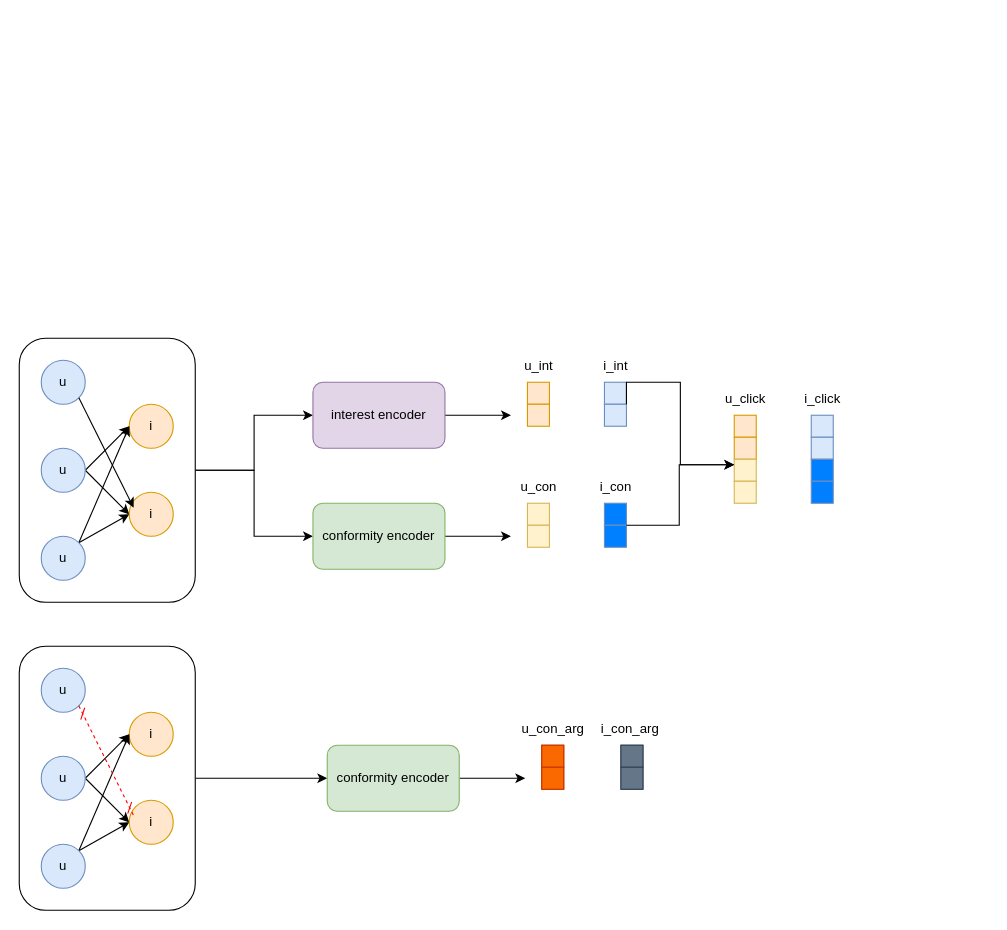
The draw.io diagram IOFiles/DICE/My_idea_1.drawio in ChenLilStarie/DrawIoFiles, before the edit. Source tidied: cells renumbered, new cells numbered last; positions are measured from the earlier drawing's top-left corner, leaving out a move shared by most shapes. Both pictures are drawn from the tidied source at 110%, with x=0, y=0 at pixel (19, 338).
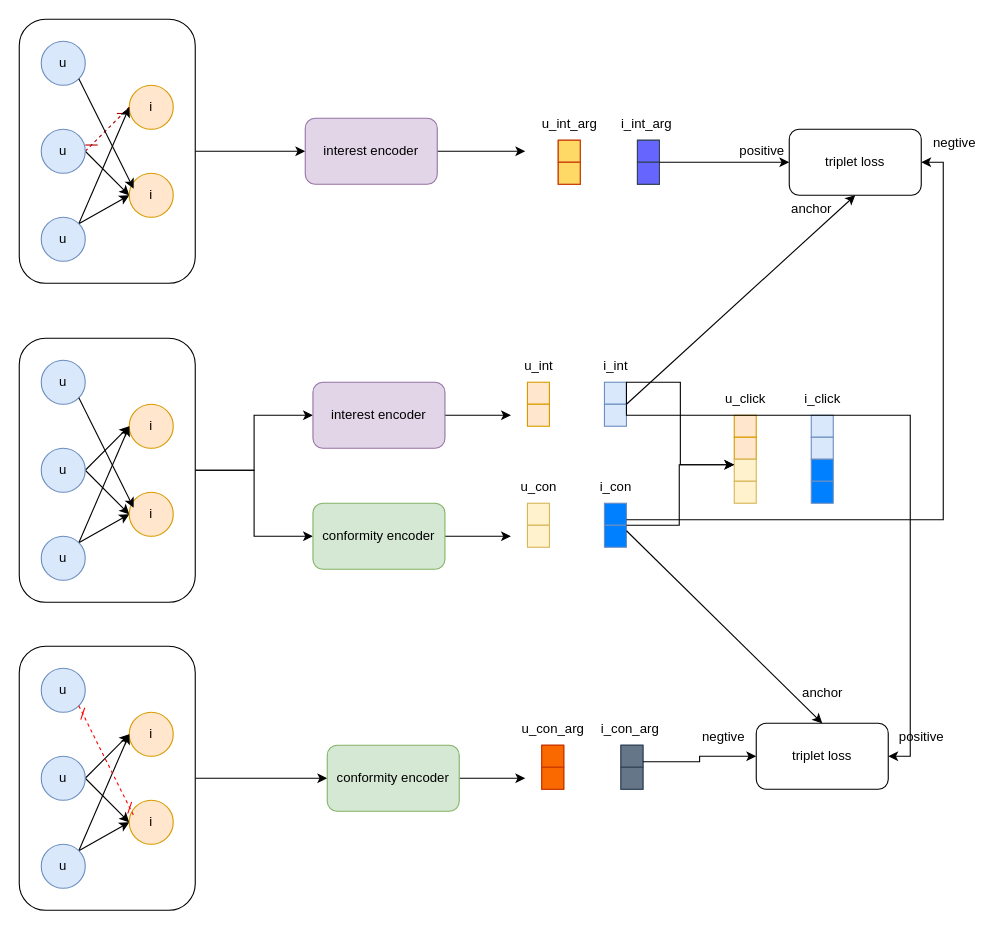
The same diagram, later.

Unchanged cells that the change refers to:
```xml
<mxCell id="46" style="whiteSpace=wrap;html=1;fillColor=#007FFF;strokeColor=#6c8ebf;" parent="45" vertex="1">
  <mxGeometry width="20" height="20" as="geometry" />
</mxCell>
<mxCell id="47" style="whiteSpace=wrap;html=1;fillColor=#007FFF;strokeColor=#6c8ebf;" parent="45" vertex="1">
  <mxGeometry y="20" width="20" height="20" as="geometry" />
</mxCell>
<mxCell id="50" style="whiteSpace=wrap;html=1;fillColor=#dae8fc;strokeColor=#6c8ebf;" parent="48" vertex="1">
  <mxGeometry y="20" width="20" height="20" as="geometry" />
</mxCell>
<mxCell id="55" style="whiteSpace=wrap;html=1;fillColor=#647687;strokeColor=#314354;fontColor=#ffffff;" parent="54" vertex="1">
  <mxGeometry width="20" height="20" as="geometry" />
</mxCell>
```

What changed in the source:
```diff
@@
+    <mxCell id="74" style="edgeStyle=orthogonalEdgeStyle;rounded=0;jettySize=auto;html=1;exitX=1;exitY=0.5;exitDx=0;exitDy=0;" parent="1" edge="1" source="75" target="87">
+      <mxGeometry relative="1" as="geometry" />
+    </mxCell>
+    <mxCell id="75" style="rounded=1;whiteSpace=wrap;html=1;" parent="1" vertex="1">
+      <mxGeometry y="-290" width="160" height="240" as="geometry" />
+    </mxCell>
+    <mxCell id="76" value="u" style="ellipse;whiteSpace=wrap;html=1;fillColor=#dae8fc;strokeColor=#6c8ebf;" parent="1" vertex="1">
+      <mxGeometry x="20" y="-270" width="40" height="40" as="geometry" />
+    </mxCell>
+    <mxCell id="77" value="i" style="ellipse;whiteSpace=wrap;html=1;fillColor=#ffe6cc;strokeColor=#d79b00;" parent="1" vertex="1">
+      <mxGeometry x="100" y="-230" width="40" height="40" as="geometry" />
+    </mxCell>
+    <mxCell id="78" style="rounded=0;jettySize=auto;html=1;exitX=1;exitY=0.5;exitDx=0;exitDy=0;entryX=0;entryY=0.5;entryDx=0;entryDy=0;fillColor=#e51400;strokeColor=#B20000;endArrow=dash;endFill=0;startArrow=dash;startFill=0;dashed=1;" parent="1" edge="1" source="80" target="77">
+      <mxGeometry relative="1" as="geometry" />
+    </mxCell>
+    <mxCell id="79" style="rounded=0;jettySize=auto;html=1;exitX=1;exitY=0.5;exitDx=0;exitDy=0;entryX=0;entryY=0.5;entryDx=0;entryDy=0;" parent="1" edge="1" source="80" target="81">
+      <mxGeometry relative="1" as="geometry" />
+    </mxCell>
+    <mxCell id="80" value="u" style="ellipse;whiteSpace=wrap;html=1;fillColor=#dae8fc;strokeColor=#6c8ebf;" parent="1" vertex="1">
+      <mxGeometry x="20" y="-190" width="40" height="40" as="geometry" />
+    </mxCell>
+    <mxCell id="81" value="i" style="ellipse;whiteSpace=wrap;html=1;fillColor=#ffe6cc;strokeColor=#d79b00;" parent="1" vertex="1">
+      <mxGeometry x="100" y="-150" width="40" height="40" as="geometry" />
+    </mxCell>
+    <mxCell id="82" style="rounded=0;jettySize=auto;html=1;exitX=1;exitY=0;exitDx=0;exitDy=0;" parent="1" edge="1" source="84">
+      <mxGeometry relative="1" as="geometry">
+        <mxPoint x="100" y="-210" as="targetPoint" />
+      </mxGeometry>
+    </mxCell>
+    <mxCell id="83" style="rounded=0;jettySize=auto;html=1;exitX=1;exitY=0;exitDx=0;exitDy=0;entryX=0;entryY=0.5;entryDx=0;entryDy=0;" parent="1" edge="1" source="84" target="81">
+      <mxGeometry relative="1" as="geometry" />
+    </mxCell>
+    <mxCell id="84" value="u" style="ellipse;whiteSpace=wrap;html=1;fillColor=#dae8fc;strokeColor=#6c8ebf;" parent="1" vertex="1">
+      <mxGeometry x="20" y="-110" width="40" height="40" as="geometry" />
+    </mxCell>
+    <mxCell id="85" style="rounded=0;jettySize=auto;html=1;exitX=1;exitY=1;exitDx=0;exitDy=0;entryX=0.1;entryY=0.35;entryDx=0;entryDy=0;entryPerimeter=0;" parent="1" edge="1" source="76" target="81">
+      <mxGeometry relative="1" as="geometry" />
+    </mxCell>
+    <mxCell id="86" style="edgeStyle=orthogonalEdgeStyle;rounded=0;jettySize=auto;html=1;exitX=1;exitY=0.5;exitDx=0;exitDy=0;" parent="1" edge="1" source="87">
+      <mxGeometry relative="1" as="geometry">
+        <mxPoint x="460" y="-170" as="targetPoint" />
+      </mxGeometry>
+    </mxCell>
+    <mxCell id="87" value="interest encoder" style="rounded=1;whiteSpace=wrap;html=1;fillColor=#e1d5e7;strokeColor=#9673a6;" parent="1" vertex="1">
+      <mxGeometry x="260" y="-200" width="120" height="60" as="geometry" />
+    </mxCell>
+    <mxCell id="88" value="u_int_arg" style="text;html=1;align=center;verticalAlign=middle;strokeColor=none;fillColor=none;" parent="1" vertex="1">
+      <mxGeometry x="465" y="-210" width="70" height="30" as="geometry" />
+    </mxCell>
+    <mxCell id="89" value="i_int_arg" style="text;html=1;align=center;verticalAlign=middle;strokeColor=none;fillColor=none;" parent="1" vertex="1">
+      <mxGeometry x="535" y="-210" width="70" height="30" as="geometry" />
+    </mxCell>
+    <mxCell id="90" style="group;fillColor=#FFD966;fontColor=#000000;strokeColor=#C73500;" parent="1" vertex="1">
+      <mxGeometry x="490" y="-180" width="20" height="40" as="geometry" />
+    </mxCell>
+    <mxCell id="91" style="whiteSpace=wrap;html=1;fillColor=#FFD966;strokeColor=#C73500;fontColor=#000000;" parent="90" vertex="1">
+      <mxGeometry width="20" height="20" as="geometry" />
+    </mxCell>
+    <mxCell id="92" style="whiteSpace=wrap;html=1;fillColor=#FFD966;strokeColor=#C73500;fontColor=#000000;" parent="90" vertex="1">
+      <mxGeometry y="20" width="20" height="20" as="geometry" />
+    </mxCell>
+    <mxCell id="93" style="group;fillColor=#6666FF;fontColor=#ffffff;strokeColor=#314354;" parent="1" vertex="1">
+      <mxGeometry x="562" y="-180" width="20" height="40" as="geometry" />
+    </mxCell>
+    <mxCell id="94" style="whiteSpace=wrap;html=1;fillColor=#6666FF;strokeColor=#314354;fontColor=#ffffff;" parent="93" vertex="1">
+      <mxGeometry width="20" height="20" as="geometry" />
+    </mxCell>
+    <mxCell id="95" style="whiteSpace=wrap;html=1;fillColor=#6666FF;strokeColor=#314354;fontColor=#ffffff;" parent="93" vertex="1">
+      <mxGeometry y="20" width="20" height="20" as="geometry" />
+    </mxCell>
+    <mxCell id="96" value="triplet loss" style="rounded=1;whiteSpace=wrap;html=1;" parent="1" vertex="1">
+      <mxGeometry x="700" y="-190" width="120" height="60" as="geometry" />
+    </mxCell>
+    <mxCell id="97" style="rounded=0;jettySize=auto;html=1;exitX=1;exitY=1;exitDx=0;exitDy=0;" parent="1" edge="1" source="94" target="96">
+      <mxGeometry relative="1" as="geometry" />
+    </mxCell>
+    <mxCell id="98" value="positive" style="text;html=1;align=center;verticalAlign=middle;strokeColor=none;fillColor=none;" parent="1" vertex="1">
+      <mxGeometry x="645" y="-185" width="60" height="30" as="geometry" />
+    </mxCell>
+    <mxCell id="99" style="rounded=0;jettySize=auto;html=1;exitX=1;exitY=0;exitDx=0;exitDy=0;entryX=0.5;entryY=1;entryDx=0;entryDy=0;" parent="1" edge="1" source="50" target="96">
+      <mxGeometry relative="1" as="geometry" />
+    </mxCell>
+    <mxCell id="100" value="anchor" style="text;html=1;align=center;verticalAlign=middle;strokeColor=none;fillColor=none;" parent="1" vertex="1">
+      <mxGeometry x="690" y="-132" width="60" height="30" as="geometry" />
+    </mxCell>
+    <mxCell id="101" style="edgeStyle=orthogonalEdgeStyle;rounded=0;jettySize=auto;html=1;exitX=1;exitY=0.75;exitDx=0;exitDy=0;entryX=1;entryY=0.5;entryDx=0;entryDy=0;" parent="1" edge="1" source="46" target="96">
+      <mxGeometry relative="1" as="geometry" />
+    </mxCell>
+    <mxCell id="102" value="negtive" style="text;html=1;align=center;verticalAlign=middle;strokeColor=none;fillColor=none;" parent="1" vertex="1">
+      <mxGeometry x="820" y="-192" width="60" height="30" as="geometry" />
+    </mxCell>
+    <mxCell id="103" value="triplet loss" style="rounded=1;whiteSpace=wrap;html=1;" parent="1" vertex="1">
+      <mxGeometry x="670" y="350" width="120" height="60" as="geometry" />
+    </mxCell>
+    <mxCell id="104" style="rounded=0;jettySize=auto;html=1;exitX=1;exitY=0.25;exitDx=0;exitDy=0;entryX=0.5;entryY=0;entryDx=0;entryDy=0;" parent="1" edge="1" source="47" target="103">
+      <mxGeometry relative="1" as="geometry" />
+    </mxCell>
+    <mxCell id="105" value="anchor" style="text;html=1;align=center;verticalAlign=middle;strokeColor=none;fillColor=none;" parent="1" vertex="1">
+      <mxGeometry x="700" y="308" width="60" height="30" as="geometry" />
+    </mxCell>
+    <mxCell id="106" style="edgeStyle=orthogonalEdgeStyle;rounded=0;jettySize=auto;html=1;exitX=1;exitY=0.75;exitDx=0;exitDy=0;entryX=0;entryY=0.5;entryDx=0;entryDy=0;" parent="1" edge="1" source="55" target="103">
+      <mxGeometry relative="1" as="geometry" />
+    </mxCell>
+    <mxCell id="107" value="negtive" style="text;html=1;align=center;verticalAlign=middle;strokeColor=none;fillColor=none;" parent="1" vertex="1">
+      <mxGeometry x="610" y="348" width="60" height="30" as="geometry" />
+    </mxCell>
+    <mxCell id="108" style="edgeStyle=orthogonalEdgeStyle;rounded=0;jettySize=auto;html=1;exitX=1;exitY=0;exitDx=0;exitDy=0;entryX=1;entryY=0.5;entryDx=0;entryDy=0;" parent="1" edge="1" source="50" target="103">
+      <mxGeometry relative="1" as="geometry">
+        <Array as="points">
+          <mxPoint x="552" y="70" />
+          <mxPoint x="810" y="70" />
+          <mxPoint x="810" y="380" />
+        </Array>
+      </mxGeometry>
+    </mxCell>
+    <mxCell id="109" value="positive" style="text;html=1;align=center;verticalAlign=middle;strokeColor=none;fillColor=none;" parent="1" vertex="1">
+      <mxGeometry x="790" y="348" width="60" height="30" as="geometry" />
+    </mxCell>
```
